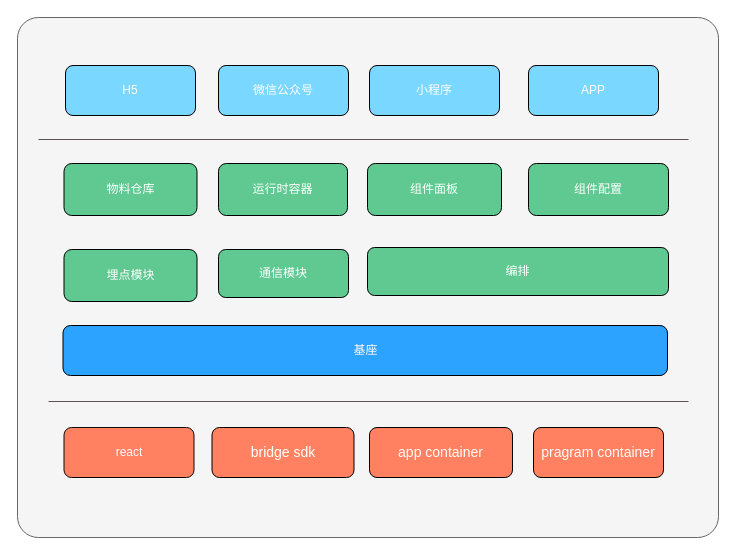
Before: 未命名绘图.drawio in wt9213/wt9213.github.io, a draw.io diagram. Source tidied: cells renumbered, new cells numbered last; positions are measured from the earlier drawing's top-left corner, leaving out a move shared by most shapes. Both pictures are drawn from the tidied source at 100%, with x=0, y=0 at pixel (17, 17).
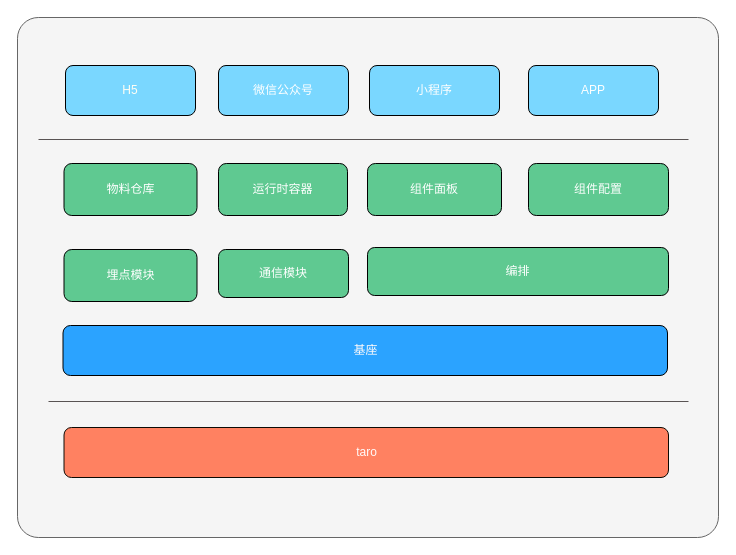
Above is the later version.

Commit message:
更新未命名绘图2.drawio

What changed in the source:
```diff
@@
-    <mxCell id="7" value="&lt;font color=&quot;#fffafa&quot;&gt;react&lt;/font&gt;" style="rounded=1;whiteSpace=wrap;html=1;strokeColor=#0D0A04;fillColor=#FF8161;" parent="1" vertex="1">
-      <mxGeometry x="46.5" y="410" width="130" height="50" as="geometry" />
+    <mxCell id="7" value="&lt;font color=&quot;#fffafa&quot;&gt;taro&lt;/font&gt;" style="rounded=1;whiteSpace=wrap;html=1;strokeColor=#0D0A04;fillColor=#FF8161;" parent="1" vertex="1">
+      <mxGeometry x="46.5" y="410" width="604.5" height="50" as="geometry" />
     </mxCell>
-    <mxCell id="8" value="&lt;span style=&quot;font-family: &amp;quot;PingFang SC&amp;quot;; font-size: 10.5pt; letter-spacing: 0pt; text-align: left;&quot;&gt;&lt;font color=&quot;#ffffff&quot;&gt;bridge sdk&lt;/font&gt;&lt;/span&gt;" style="rounded=1;whiteSpace=wrap;html=1;fillColor=#FF8161;" parent="1" vertex="1">
-      <mxGeometry x="194.5" y="410" width="142" height="50" as="geometry" />
-    </mxCell>
-    <mxCell id="9" value="&lt;div style=&quot;text-align: left;&quot;&gt;&lt;font color=&quot;#fffafa&quot; face=&quot;PingFang SC&quot;&gt;&lt;span style=&quot;font-size: 14px;&quot;&gt;app container&lt;/span&gt;&lt;/font&gt;&lt;/div&gt;" style="rounded=1;whiteSpace=wrap;html=1;fillColor=#FF8161;" parent="1" vertex="1">
-      <mxGeometry x="352" y="410" width="143" height="50" as="geometry" />
-    </mxCell>
-    <mxCell id="10" value="&lt;div style=&quot;text-align: left;&quot;&gt;&lt;font face=&quot;PingFang SC&quot;&gt;&lt;span style=&quot;font-size: 14px;&quot;&gt;pragram container&lt;/span&gt;&lt;/font&gt;&lt;/div&gt;" style="rounded=1;whiteSpace=wrap;html=1;fillColor=#FF8161;fontColor=#FFFAFA;" parent="1" vertex="1">
-      <mxGeometry x="516" y="410" width="130" height="50" as="geometry" />
-    </mxCell>
```
